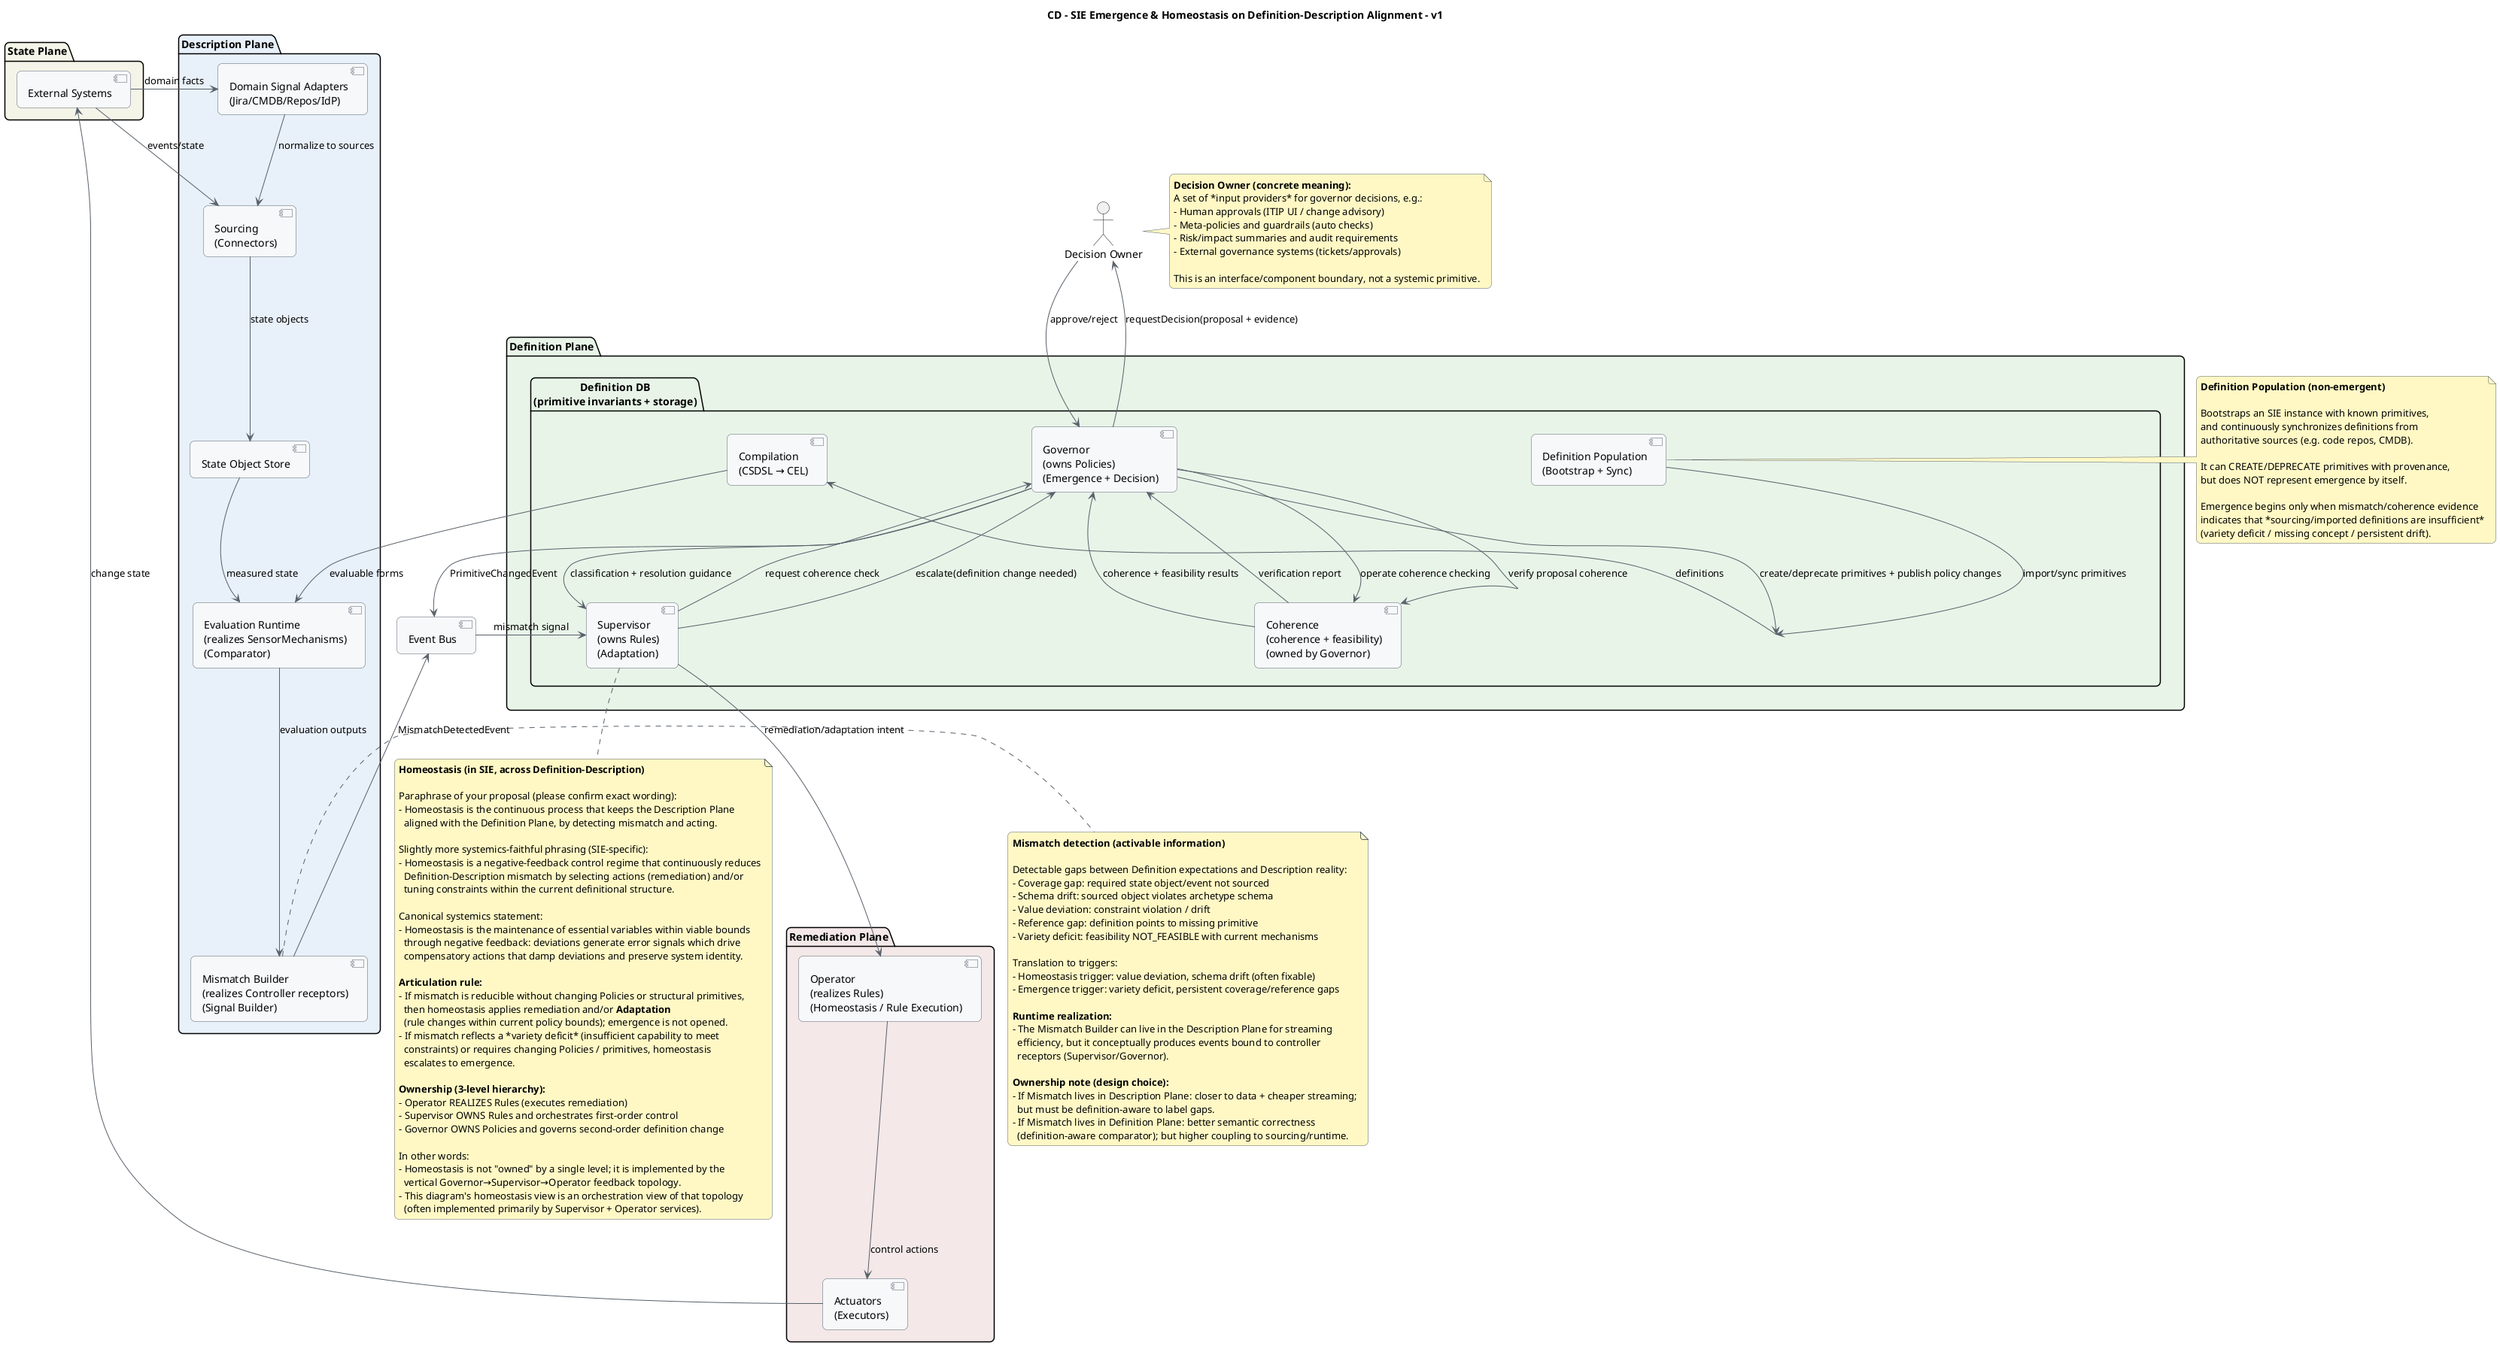
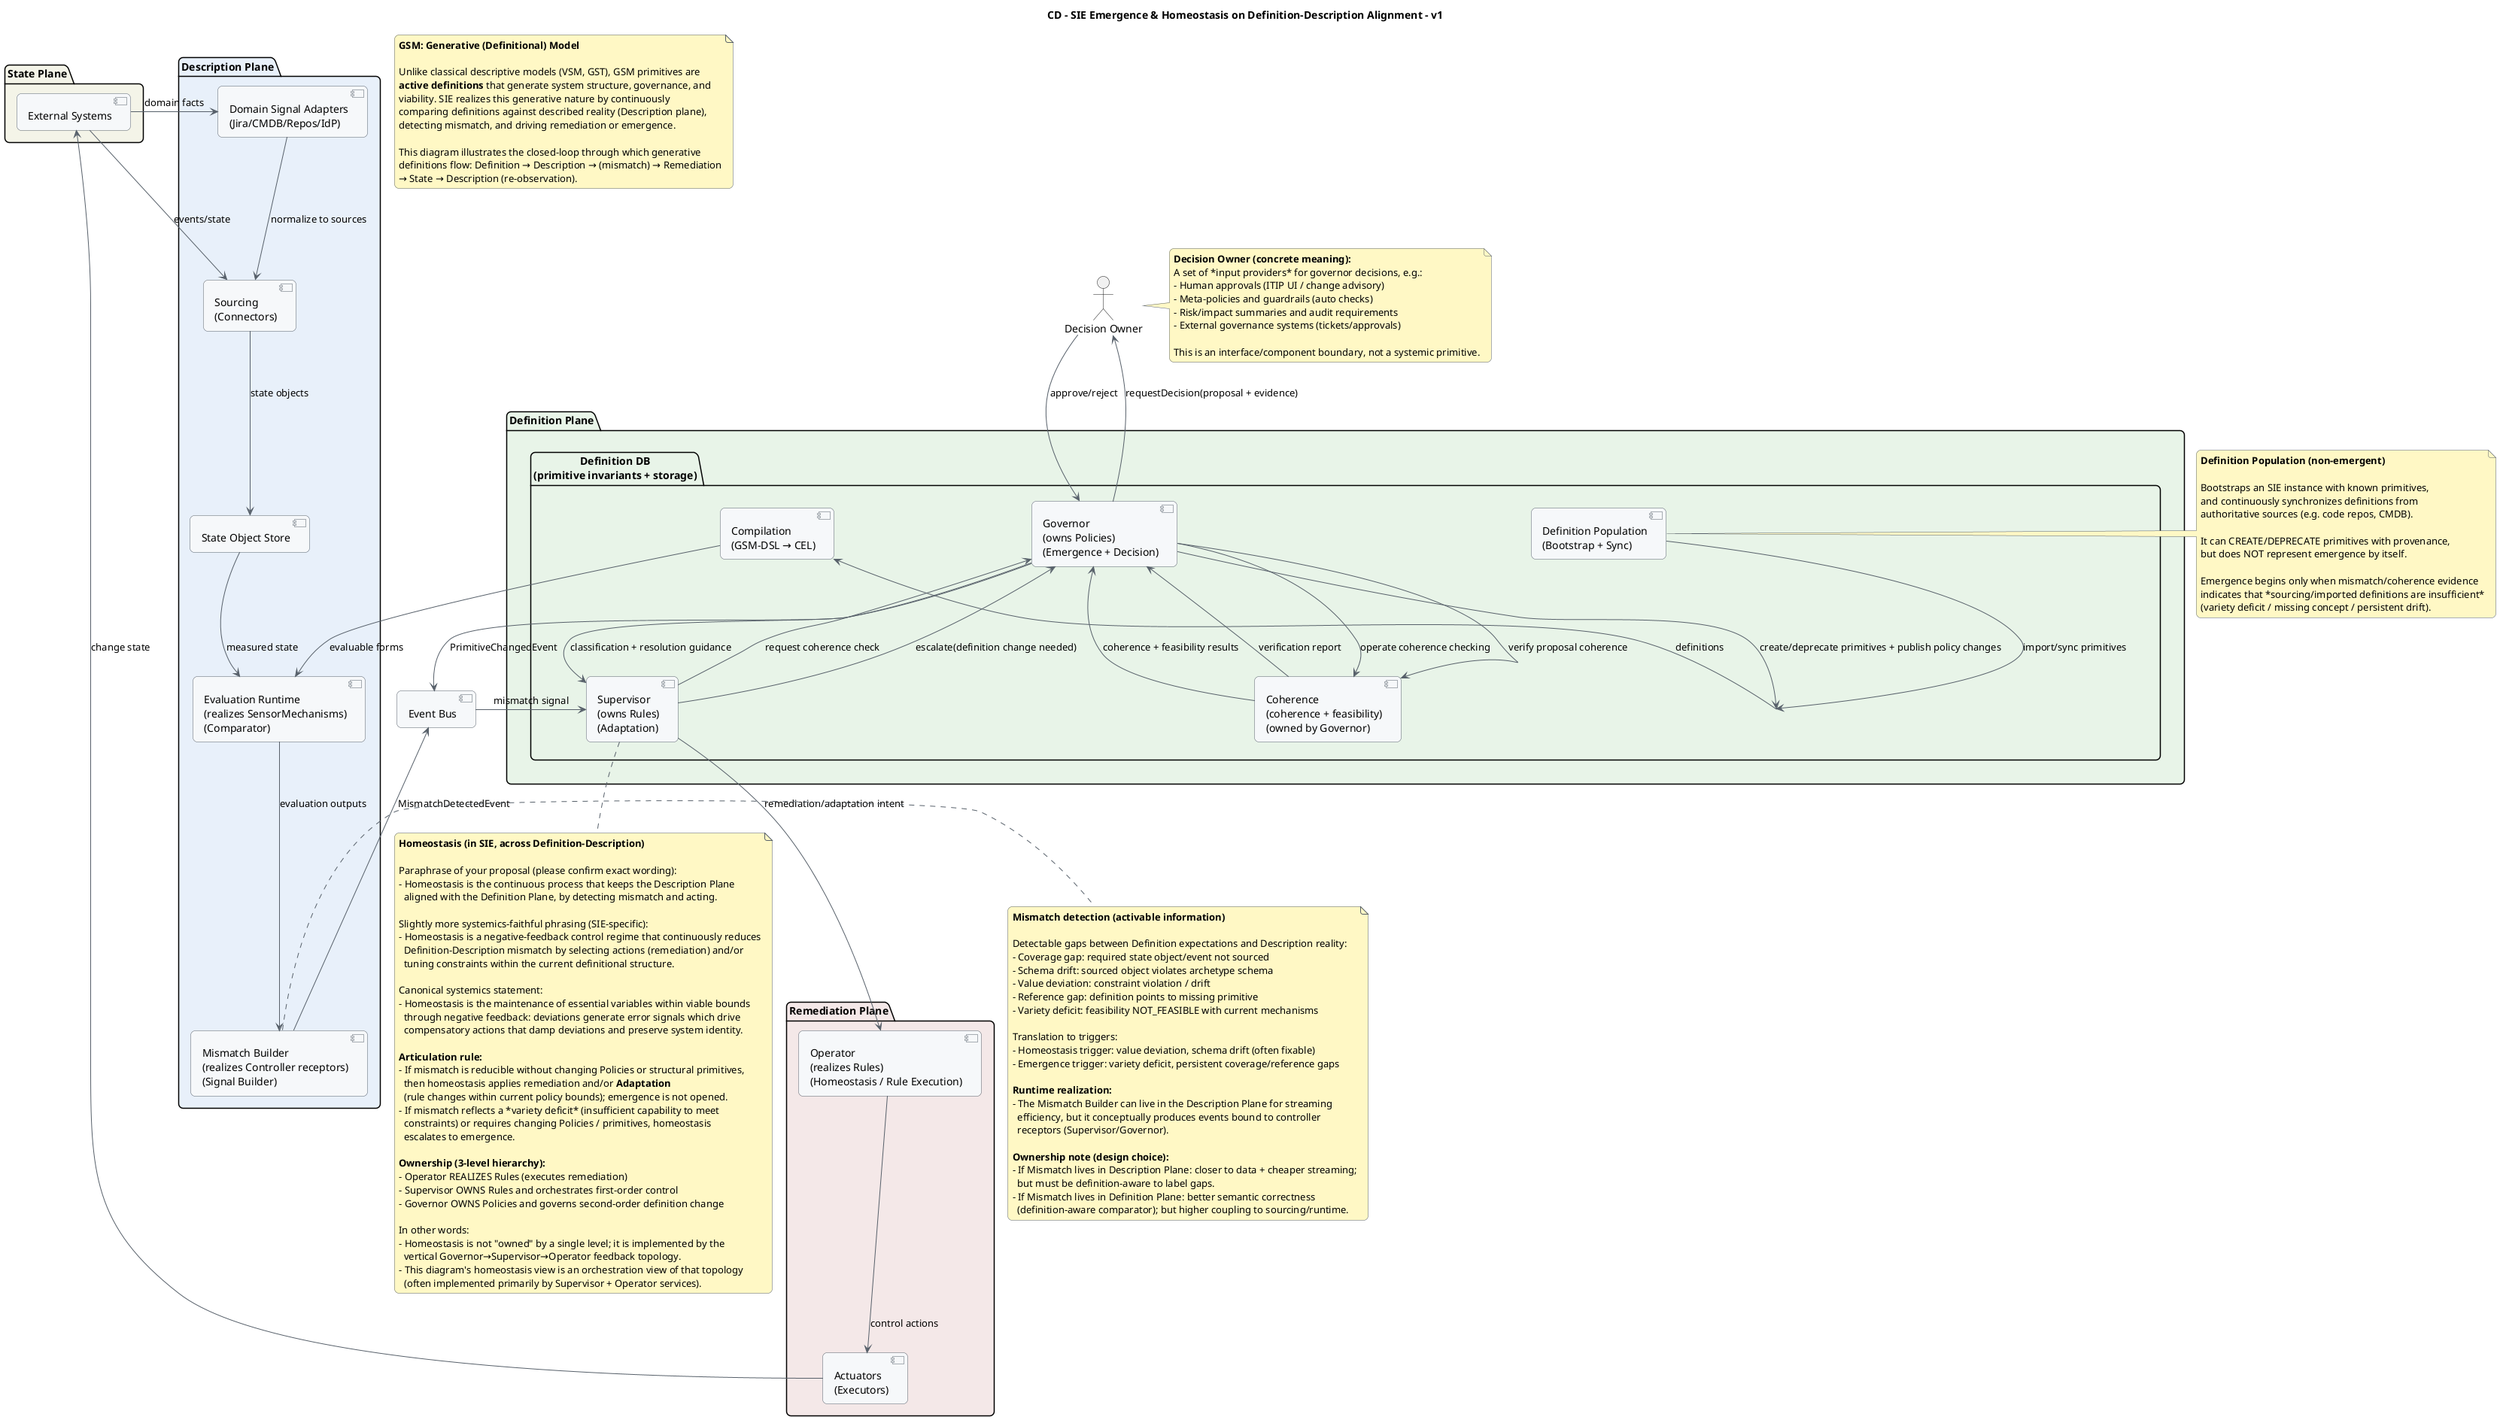
@startuml sie-emergence-components-v1

' ============================================================
' VISUAL THEME
' ============================================================

skinparam shadowing false
skinparam roundcorner 12
skinparam ArrowColor #57606A
skinparam DefaultFontName "SansSerif"
skinparam backgroundColor #FFFFFF

skinparam componentBackgroundColor #F6F8FA
skinparam componentBorderColor #57606A
skinparam noteBackgroundColor #FFF8C5
skinparam noteBorderColor #57606A

title CD - SIE Emergence & Homeostasis on Definition–Description Alignment - v1

+ note as GenerativeModelNote
+   **GSM: Generative (Definitional) Model**
+ 
+   Unlike classical descriptive models (VSM, GST), GSM primitives are
+   **active definitions** that generate system structure, governance, and
+   viability. SIE realizes this generative nature by continuously
+   comparing definitions against described reality (Description plane),
+   detecting mismatch, and driving remediation or emergence.
+ 
+   This diagram illustrates the closed-loop through which generative
+   definitions flow: Definition → Description → (mismatch) → Remediation
+   → State → Description (re-observation).
+ end note
+ 
' ============================================================
' COMPONENT VIEW
'
' Purpose: make explicit how homeostasis and emergence articulate across
' Definition ↔ Description interactions.
' ============================================================

package "Definition Plane" as DefPlane #E8F4E8 {
  package "Definition DB\n(primitive invariants + storage)" as SDM #E8F4E8 {
-     [Compilation\n(CSDSL → CEL)] as Compiler
+     [Compilation\n(GSM-DSL → CEL)] as Compiler
    [Governor\n(owns Policies)\n(Emergence + Decision)] as Governor
    [Supervisor\n(owns Rules)\n(Adaptation)] as Supervisor
    [Coherence\n(coherence + feasibility)\n(owned by Governor)] as Coherence
    [Definition Population\n(Bootstrap + Sync)] as DefPop
  }
}

actor "Decision Owner" as DecisionOwner

package "Description Plane" as DescPlane #E8F0FA {
  [Sourcing\n(Connectors)] as Sourcing
  [Domain Signal Adapters\n(Jira/CMDB/Repos/IdP)] as Signals
  [State Object Store] as StateStore
  [Evaluation Runtime\n(realizes SensorMechanisms)\n(Comparator)] as Comparator
  [Mismatch Builder\n(realizes Controller receptors)\n(Signal Builder)] as Mismatch
}

package "Remediation Plane" as RemPlane #F4E8E8 {
  [Operator\n(realizes Rules)\n(Homeostasis / Rule Execution)] as RuleEngine
  [Actuators\n(Executors)] as Actuators
}

package "State Plane" as StatePlane #F4F4E8 {
  [External Systems] as Ext
}

[Event Bus] as Bus

' ============================================================
' INFORMATION FLOWS
' ============================================================

SDM --> Compiler : definitions
Compiler --> Comparator : evaluable forms

Ext --> Sourcing : events/state
Ext --> Signals : domain facts
Signals --> Sourcing : normalize to sources
Sourcing --> StateStore : state objects
StateStore --> Comparator : measured state

Comparator --> Mismatch : evaluation outputs
Mismatch --> Bus : MismatchDetectedEvent

Bus --> Supervisor : mismatch signal
Supervisor --> RuleEngine : remediation/adaptation intent
RuleEngine --> Actuators : control actions
Actuators --> Ext : change state

Supervisor --> Governor : request coherence check
Governor --> Coherence : operate coherence checking
Coherence --> Governor : coherence + feasibility results
Governor --> Supervisor : classification + resolution guidance

Supervisor --> Governor : escalate(definition change needed)
Governor --> DecisionOwner : requestDecision(proposal + evidence)
DecisionOwner --> Governor : approve/reject
Governor --> Coherence : verify proposal coherence
Coherence --> Governor : verification report
Governor --> SDM : create/deprecate primitives + publish policy changes
Governor --> Bus : PrimitiveChangedEvent

DefPop --> SDM : import/sync primitives
note right of DefPop
  **Definition Population (non-emergent)**

  Bootstraps an SIE instance with known primitives,
  and continuously synchronizes definitions from
  authoritative sources (e.g. code repos, CMDB).

  It can CREATE/DEPRECATE primitives with provenance,
  but does NOT represent emergence by itself.

  Emergence begins only when mismatch/coherence evidence
  indicates that *sourcing/imported definitions are insufficient*
  (variety deficit / missing concept / persistent drift).
end note

note right of DecisionOwner
  **Decision Owner (concrete meaning):**
  A set of *input providers* for governor decisions, e.g.:
  - Human approvals (ITIP UI / change advisory)
  - Meta-policies and guardrails (auto checks)
  - Risk/impact summaries and audit requirements
  - External governance systems (tickets/approvals)

  This is an interface/component boundary, not a systemic primitive.
end note

' ============================================================
' HOMEOSTASIS / EMERGENCE ARTICULATION (TEXT)
' ============================================================

note bottom of Supervisor
  **Homeostasis (in SIE, across Definition–Description)**

  Paraphrase of your proposal (please confirm exact wording):
  - Homeostasis is the continuous process that keeps the Description Plane
    aligned with the Definition Plane, by detecting mismatch and acting.

  Slightly more systemics-faithful phrasing (SIE-specific):
  - Homeostasis is a negative-feedback control regime that continuously reduces
    Definition–Description mismatch by selecting actions (remediation) and/or
    tuning constraints within the current definitional structure.

  Canonical systemics statement:
  - Homeostasis is the maintenance of essential variables within viable bounds
    through negative feedback: deviations generate error signals which drive
    compensatory actions that damp deviations and preserve system identity.

  **Articulation rule:**
  - If mismatch is reducible without changing Policies or structural primitives,
    then homeostasis applies remediation and/or **Adaptation**
    (rule changes within current policy bounds); emergence is not opened.
  - If mismatch reflects a *variety deficit* (insufficient capability to meet
    constraints) or requires changing Policies / primitives, homeostasis
    escalates to emergence.

  **Ownership (3-level hierarchy):**
  - Operator REALIZES Rules (executes remediation)
  - Supervisor OWNS Rules and orchestrates first-order control
  - Governor OWNS Policies and governs second-order definition change

  In other words:
  - Homeostasis is not "owned" by a single level; it is implemented by the
    vertical Governor→Supervisor→Operator feedback topology.
  - This diagram's homeostasis view is an orchestration view of that topology
    (often implemented primarily by Supervisor + Operator services).
end note

note right of Mismatch
  **Mismatch detection (activable information)**

  Detectable gaps between Definition expectations and Description reality:
  - Coverage gap: required state object/event not sourced
  - Schema drift: sourced object violates archetype schema
  - Value deviation: constraint violation / drift
  - Reference gap: definition points to missing primitive
  - Variety deficit: feasibility NOT_FEASIBLE with current mechanisms

  Translation to triggers:
  - Homeostasis trigger: value deviation, schema drift (often fixable)
  - Emergence trigger: variety deficit, persistent coverage/reference gaps

  **Runtime realization:**
  - The Mismatch Builder can live in the Description Plane for streaming
    efficiency, but it conceptually produces events bound to controller
    receptors (Supervisor/Governor).

  **Ownership note (design choice):**
  - If Mismatch lives in Description Plane: closer to data + cheaper streaming;
    but must be definition-aware to label gaps.
  - If Mismatch lives in Definition Plane: better semantic correctness
    (definition-aware comparator); but higher coupling to sourcing/runtime.
end note

@enduml
